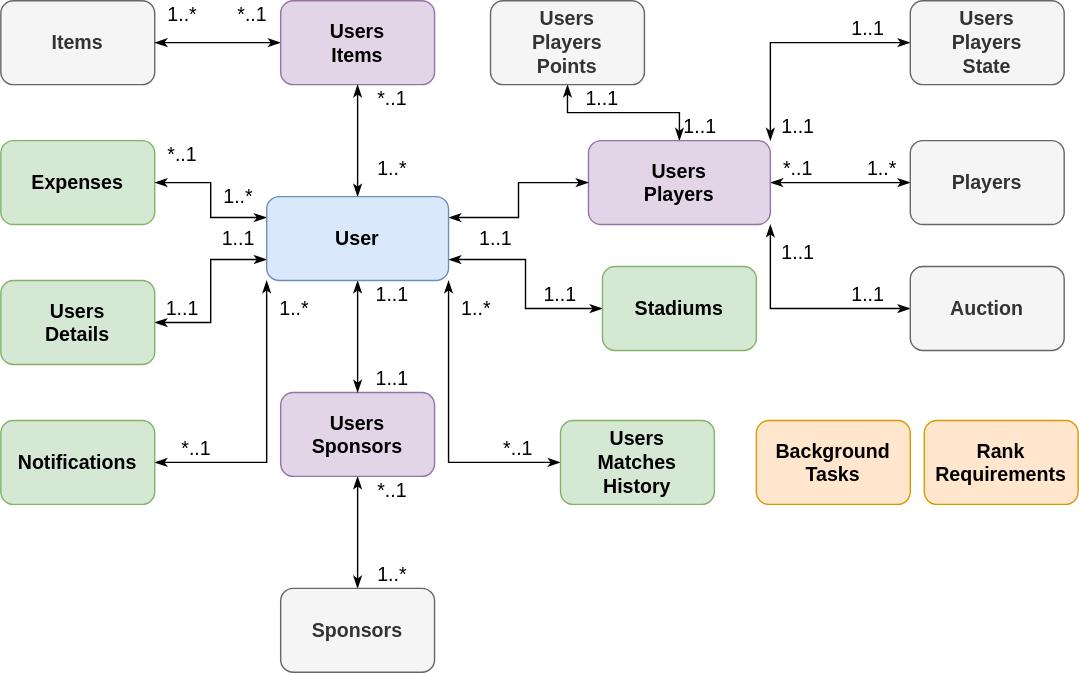
Before: CleanDBDiagram.svg, a diagram exported from draw.io (KrystianGaluszka/PracaDyplomowa). Source tidied: cells renumbered, new cells last; positions are measured from the earlier drawing's top-left corner, leaving out a move shared by most shapes. The source it was exported from:
```xml
<mxGraphModel>
  <root>
    <mxCell id="0" />
    <mxCell id="1" parent="0" />
    <mxCell id="2" value="&lt;font style=&quot;font-size: 14px;&quot;&gt;Items&lt;/font&gt;" style="rounded=1;whiteSpace=wrap;html=1;fillColor=#f5f5f5;fontColor=#333333;strokeColor=#666666;fontSize=14;fontStyle=1;spacing=2;" parent="1" vertex="1">
      <mxGeometry width="110" height="60" as="geometry" />
    </mxCell>
    <mxCell id="3" style="edgeStyle=orthogonalEdgeStyle;rounded=0;jettySize=auto;html=1;fontSize=14;endArrow=classicThin;endFill=1;startArrow=classicThin;startFill=1;exitX=0;exitY=0.5;exitDx=0;exitDy=0;" parent="1" edge="1" source="22" target="2">
      <mxGeometry relative="1" as="geometry" />
    </mxCell>
    <mxCell id="4" value="&lt;font style=&quot;font-size: 14px;&quot;&gt;Expenses&lt;/font&gt;" style="rounded=1;whiteSpace=wrap;html=1;fillColor=#d5e8d4;strokeColor=#82b366;fontSize=14;fontStyle=1;spacing=2;" parent="1" vertex="1">
      <mxGeometry y="100" width="110" height="60" as="geometry" />
    </mxCell>
    <mxCell id="5" style="edgeStyle=orthogonalEdgeStyle;rounded=0;jettySize=auto;html=1;fontSize=14;endArrow=classicThin;endFill=1;startArrow=classicThin;startFill=1;" parent="1" edge="1" source="6" target="28">
      <mxGeometry relative="1" as="geometry" />
    </mxCell>
    <mxCell id="6" value="&lt;font style=&quot;font-size: 14px;&quot;&gt;Users&lt;br style=&quot;font-size: 14px;&quot;&gt;Sponsors&lt;/font&gt;" style="rounded=1;whiteSpace=wrap;html=1;fillColor=#e1d5e7;strokeColor=#9673a6;fontSize=14;fontStyle=1;spacing=2;" parent="1" vertex="1">
      <mxGeometry x="200" y="280" width="110" height="60" as="geometry" />
    </mxCell>
    <mxCell id="7" style="edgeStyle=orthogonalEdgeStyle;rounded=0;jettySize=auto;html=1;entryX=0;entryY=0.75;entryDx=0;entryDy=0;fontSize=14;endArrow=classicThin;endFill=1;startArrow=classicThin;startFill=1;" parent="1" edge="1" source="8" target="27">
      <mxGeometry relative="1" as="geometry" />
    </mxCell>
    <mxCell id="8" value="&lt;font style=&quot;font-size: 14px;&quot;&gt;Users&lt;br style=&quot;font-size: 14px;&quot;&gt;Details&lt;/font&gt;" style="rounded=1;whiteSpace=wrap;html=1;fillColor=#d5e8d4;strokeColor=#82b366;fontSize=14;fontStyle=1;spacing=2;" parent="1" vertex="1">
      <mxGeometry y="200" width="110" height="60" as="geometry" />
    </mxCell>
    <mxCell id="9" style="edgeStyle=orthogonalEdgeStyle;rounded=0;jettySize=auto;html=1;fontSize=14;startArrow=classicThin;startFill=1;endArrow=classicThin;endFill=1;" parent="1" edge="1" source="11" target="14">
      <mxGeometry relative="1" as="geometry" />
    </mxCell>
    <mxCell id="10" style="edgeStyle=orthogonalEdgeStyle;rounded=0;jettySize=auto;html=1;entryX=0;entryY=0.5;entryDx=0;entryDy=0;fontSize=14;endArrow=classicThin;endFill=1;startArrow=classicThin;startFill=1;" parent="1" edge="1" source="11" target="15">
      <mxGeometry relative="1" as="geometry" />
    </mxCell>
    <mxCell id="11" value="&lt;font style=&quot;font-size: 14px;&quot;&gt;Users&lt;br style=&quot;font-size: 14px;&quot;&gt;Players&lt;/font&gt;" style="rounded=1;whiteSpace=wrap;html=1;fillColor=#e1d5e7;strokeColor=#9673a6;fontSize=14;fontStyle=1;spacing=2;" parent="1" vertex="1">
      <mxGeometry x="420" y="100" width="130" height="60" as="geometry" />
    </mxCell>
    <mxCell id="12" style="edgeStyle=orthogonalEdgeStyle;rounded=0;jettySize=auto;html=1;entryX=1;entryY=0;entryDx=0;entryDy=0;fontSize=14;startArrow=classicThin;startFill=1;endArrow=classicThin;endFill=1;" parent="1" edge="1" source="13" target="11">
      <mxGeometry relative="1" as="geometry" />
    </mxCell>
    <mxCell id="13" value="&lt;font style=&quot;font-size: 14px;&quot;&gt;Users&lt;br style=&quot;font-size: 14px;&quot;&gt;Players&lt;br style=&quot;font-size: 14px;&quot;&gt;State&lt;br style=&quot;font-size: 14px;&quot;&gt;&lt;/font&gt;" style="rounded=1;whiteSpace=wrap;html=1;fillColor=#f5f5f5;fontColor=#333333;strokeColor=#666666;fontSize=14;fontStyle=1;spacing=2;" parent="1" vertex="1">
      <mxGeometry x="650" width="110" height="60" as="geometry" />
    </mxCell>
    <mxCell id="14" value="&lt;font style=&quot;font-size: 14px;&quot;&gt;Users&lt;br style=&quot;font-size: 14px;&quot;&gt;Players&lt;br style=&quot;font-size: 14px;&quot;&gt;Points&lt;br style=&quot;font-size: 14px;&quot;&gt;&lt;/font&gt;" style="rounded=1;whiteSpace=wrap;html=1;fillColor=#f5f5f5;fontColor=#333333;strokeColor=#666666;fontSize=14;fontStyle=1;spacing=2;" parent="1" vertex="1">
      <mxGeometry x="350" width="110" height="60" as="geometry" />
    </mxCell>
    <mxCell id="15" value="&lt;font style=&quot;font-size: 14px;&quot;&gt;Players&lt;/font&gt;" style="rounded=1;whiteSpace=wrap;html=1;fillColor=#f5f5f5;fontColor=#333333;strokeColor=#666666;fontSize=14;fontStyle=1;spacing=2;" parent="1" vertex="1">
      <mxGeometry x="650" y="100" width="110" height="60" as="geometry" />
    </mxCell>
    <mxCell id="16" style="edgeStyle=orthogonalEdgeStyle;rounded=0;jettySize=auto;html=1;fontSize=14;startArrow=classicThin;startFill=1;endArrow=classicThin;endFill=1;entryX=1;entryY=1;entryDx=0;entryDy=0;" parent="1" edge="1" source="17" target="11">
      <mxGeometry relative="1" as="geometry" />
    </mxCell>
    <mxCell id="17" value="&lt;span style=&quot;font-size: 14px;&quot;&gt;Auction&lt;/span&gt;" style="rounded=1;whiteSpace=wrap;html=1;fillColor=#f5f5f5;fontColor=#333333;strokeColor=#666666;fontSize=14;fontStyle=1;spacing=2;" parent="1" vertex="1">
      <mxGeometry x="650" y="190" width="110" height="60" as="geometry" />
    </mxCell>
    <mxCell id="18" style="edgeStyle=orthogonalEdgeStyle;rounded=0;jettySize=auto;html=1;entryX=0;entryY=1;entryDx=0;entryDy=0;fontSize=14;endArrow=classicThin;endFill=1;startArrow=classicThin;startFill=1;" parent="1" edge="1" source="19" target="27">
      <mxGeometry relative="1" as="geometry" />
    </mxCell>
    <mxCell id="19" value="&lt;span style=&quot;font-size: 14px;&quot;&gt;Notifications&lt;/span&gt;" style="rounded=1;whiteSpace=wrap;html=1;fillColor=#d5e8d4;strokeColor=#82b366;fontSize=14;fontStyle=1;spacing=2;" parent="1" vertex="1">
      <mxGeometry y="300" width="110" height="60" as="geometry" />
    </mxCell>
    <mxCell id="20" style="edgeStyle=orthogonalEdgeStyle;rounded=0;jettySize=auto;html=1;entryX=1;entryY=0.75;entryDx=0;entryDy=0;fontSize=14;endArrow=classicThin;endFill=1;startArrow=classicThin;startFill=1;" parent="1" edge="1" source="21" target="27">
      <mxGeometry relative="1" as="geometry" />
    </mxCell>
    <mxCell id="21" value="&lt;span style=&quot;font-size: 14px;&quot;&gt;Stadiums&lt;br style=&quot;font-size: 14px;&quot;&gt;&lt;/span&gt;" style="rounded=1;whiteSpace=wrap;html=1;fillColor=#d5e8d4;strokeColor=#82b366;fontSize=14;fontStyle=1;spacing=2;" parent="1" vertex="1">
      <mxGeometry x="430" y="190" width="110" height="60" as="geometry" />
    </mxCell>
    <mxCell id="22" value="&lt;font style=&quot;font-size: 14px&quot;&gt;Users&lt;br&gt;Items&lt;/font&gt;" style="rounded=1;whiteSpace=wrap;html=1;fillColor=#e1d5e7;strokeColor=#9673a6;fontSize=14;fontStyle=1;spacing=2;" parent="1" vertex="1">
      <mxGeometry x="200" width="110" height="60" as="geometry" />
    </mxCell>
    <mxCell id="23" style="edgeStyle=orthogonalEdgeStyle;rounded=0;jettySize=auto;html=1;entryX=1;entryY=0.5;entryDx=0;entryDy=0;fontSize=14;endArrow=classicThin;endFill=1;startArrow=classicThin;startFill=1;exitX=0;exitY=0.25;exitDx=0;exitDy=0;" parent="1" edge="1" source="27" target="4">
      <mxGeometry relative="1" as="geometry" />
    </mxCell>
    <mxCell id="24" style="edgeStyle=orthogonalEdgeStyle;rounded=0;jettySize=auto;html=1;fontSize=14;endArrow=classicThin;endFill=1;startArrow=classicThin;startFill=1;" parent="1" edge="1" source="27" target="22">
      <mxGeometry relative="1" as="geometry" />
    </mxCell>
    <mxCell id="25" style="edgeStyle=orthogonalEdgeStyle;rounded=0;jettySize=auto;html=1;entryX=0;entryY=0.5;entryDx=0;entryDy=0;fontSize=14;endArrow=classicThin;endFill=1;startArrow=classicThin;startFill=1;exitX=1;exitY=0.25;exitDx=0;exitDy=0;" parent="1" edge="1" source="27" target="11">
      <mxGeometry relative="1" as="geometry" />
    </mxCell>
    <mxCell id="26" style="edgeStyle=orthogonalEdgeStyle;rounded=0;jettySize=auto;html=1;fontSize=14;endArrow=classicThin;endFill=1;startArrow=classicThin;startFill=1;" parent="1" edge="1" source="27" target="6">
      <mxGeometry relative="1" as="geometry" />
    </mxCell>
    <mxCell id="27" value="User" style="rounded=1;whiteSpace=wrap;html=1;fillColor=#dae8fc;strokeColor=#6c8ebf;fontSize=14;fontStyle=1;spacing=2;" parent="1" vertex="1">
      <mxGeometry x="190" y="140" width="130" height="60" as="geometry" />
    </mxCell>
    <mxCell id="28" value="Sponsors" style="rounded=1;whiteSpace=wrap;html=1;fillColor=#f5f5f5;fontColor=#333333;strokeColor=#666666;fontSize=14;fontStyle=1;spacing=2;" parent="1" vertex="1">
      <mxGeometry x="200" y="420" width="110" height="60" as="geometry" />
    </mxCell>
    <mxCell id="29" value="Rank&lt;br&gt;Requirements" style="rounded=1;whiteSpace=wrap;html=1;fillColor=#ffe6cc;strokeColor=#d79b00;fontSize=14;fontStyle=1;spacing=2;" parent="1" vertex="1">
      <mxGeometry x="660" y="300" width="110" height="60" as="geometry" />
    </mxCell>
    <mxCell id="30" style="edgeStyle=orthogonalEdgeStyle;rounded=0;jettySize=auto;html=1;fontSize=14;exitX=1;exitY=1;exitDx=0;exitDy=0;entryX=0;entryY=0.5;entryDx=0;entryDy=0;endArrow=classicThin;endFill=1;startArrow=classicThin;startFill=1;" parent="1" edge="1" source="27" target="31">
      <mxGeometry relative="1" as="geometry" />
    </mxCell>
    <mxCell id="31" value="Users&lt;br&gt;Matches&lt;br&gt;History" style="rounded=1;whiteSpace=wrap;html=1;fillColor=#d5e8d4;strokeColor=#82b366;fontSize=14;fontStyle=1;spacing=2;" parent="1" vertex="1">
      <mxGeometry x="400" y="300" width="110" height="60" as="geometry" />
    </mxCell>
    <mxCell id="32" value="Background&lt;br&gt;Tasks" style="rounded=1;whiteSpace=wrap;html=1;fillColor=#ffe6cc;strokeColor=#d79b00;fontSize=14;fontStyle=1;spacing=2;" parent="1" vertex="1">
      <mxGeometry x="540" y="300" width="110" height="60" as="geometry" />
    </mxCell>
    <mxCell id="33" value="1..1" style="text;html=1;strokeColor=none;fillColor=none;align=center;verticalAlign=middle;whiteSpace=wrap;rounded=0;fontSize=14;" parent="1" vertex="1">
      <mxGeometry x="260" y="260" width="40" height="20" as="geometry" />
    </mxCell>
    <mxCell id="34" value="1..1" style="text;html=1;strokeColor=none;fillColor=none;align=center;verticalAlign=middle;whiteSpace=wrap;rounded=0;fontSize=14;" parent="1" vertex="1">
      <mxGeometry x="260" y="200" width="40" height="20" as="geometry" />
    </mxCell>
    <mxCell id="35" value="*..1" style="text;html=1;strokeColor=none;fillColor=none;align=center;verticalAlign=middle;whiteSpace=wrap;rounded=0;fontSize=14;" parent="1" vertex="1">
      <mxGeometry x="260" y="340" width="40" height="20" as="geometry" />
    </mxCell>
    <mxCell id="36" value="1..*" style="text;html=1;strokeColor=none;fillColor=none;align=center;verticalAlign=middle;whiteSpace=wrap;rounded=0;fontSize=14;" parent="1" vertex="1">
      <mxGeometry x="260" y="400" width="40" height="20" as="geometry" />
    </mxCell>
    <mxCell id="37" value="*..1" style="text;html=1;strokeColor=none;fillColor=none;align=center;verticalAlign=middle;whiteSpace=wrap;rounded=0;fontSize=14;" parent="1" vertex="1">
      <mxGeometry x="120" y="310" width="40" height="20" as="geometry" />
    </mxCell>
    <mxCell id="38" value="1..*" style="text;html=1;strokeColor=none;fillColor=none;align=center;verticalAlign=middle;whiteSpace=wrap;rounded=0;fontSize=14;" parent="1" vertex="1">
      <mxGeometry x="190" y="210" width="40" height="20" as="geometry" />
    </mxCell>
    <mxCell id="39" value="1..*" style="text;html=1;strokeColor=none;fillColor=none;align=center;verticalAlign=middle;whiteSpace=wrap;rounded=0;fontSize=14;" parent="1" vertex="1">
      <mxGeometry x="320" y="210" width="40" height="20" as="geometry" />
    </mxCell>
    <mxCell id="40" value="*..1" style="text;html=1;strokeColor=none;fillColor=none;align=center;verticalAlign=middle;whiteSpace=wrap;rounded=0;fontSize=14;" parent="1" vertex="1">
      <mxGeometry x="350" y="310" width="40" height="20" as="geometry" />
    </mxCell>
    <mxCell id="41" value="1..1" style="text;html=1;strokeColor=none;fillColor=none;align=center;verticalAlign=middle;whiteSpace=wrap;rounded=0;fontSize=14;" parent="1" vertex="1">
      <mxGeometry x="380" y="200" width="40" height="20" as="geometry" />
    </mxCell>
    <mxCell id="42" value="1..1" style="text;html=1;strokeColor=none;fillColor=none;align=center;verticalAlign=middle;whiteSpace=wrap;rounded=0;fontSize=14;" parent="1" vertex="1">
      <mxGeometry x="334" y="160" width="40" height="20" as="geometry" />
    </mxCell>
    <mxCell id="43" value="1..1" style="text;html=1;strokeColor=none;fillColor=none;align=center;verticalAlign=middle;whiteSpace=wrap;rounded=0;fontSize=14;" parent="1" vertex="1">
      <mxGeometry x="110" y="210" width="40" height="20" as="geometry" />
    </mxCell>
    <mxCell id="44" value="1..1" style="text;html=1;strokeColor=none;fillColor=none;align=center;verticalAlign=middle;whiteSpace=wrap;rounded=0;fontSize=14;" parent="1" vertex="1">
      <mxGeometry x="150" y="160" width="40" height="20" as="geometry" />
    </mxCell>
    <mxCell id="45" value="*..1" style="text;html=1;strokeColor=none;fillColor=none;align=center;verticalAlign=middle;whiteSpace=wrap;rounded=0;fontSize=14;" parent="1" vertex="1">
      <mxGeometry x="110" y="100" width="40" height="20" as="geometry" />
    </mxCell>
    <mxCell id="46" value="1..*" style="text;html=1;strokeColor=none;fillColor=none;align=center;verticalAlign=middle;whiteSpace=wrap;rounded=0;fontSize=14;" parent="1" vertex="1">
      <mxGeometry x="150" y="130" width="40" height="20" as="geometry" />
    </mxCell>
    <mxCell id="47" value="*..1" style="text;html=1;strokeColor=none;fillColor=none;align=center;verticalAlign=middle;whiteSpace=wrap;rounded=0;fontSize=14;" parent="1" vertex="1">
      <mxGeometry x="260" y="60" width="40" height="20" as="geometry" />
    </mxCell>
    <mxCell id="48" value="1..*" style="text;html=1;strokeColor=none;fillColor=none;align=center;verticalAlign=middle;whiteSpace=wrap;rounded=0;fontSize=14;" parent="1" vertex="1">
      <mxGeometry x="260" y="110" width="40" height="20" as="geometry" />
    </mxCell>
    <mxCell id="49" value="*..1" style="text;html=1;strokeColor=none;fillColor=none;align=center;verticalAlign=middle;whiteSpace=wrap;rounded=0;fontSize=14;" parent="1" vertex="1">
      <mxGeometry x="160" width="40" height="20" as="geometry" />
    </mxCell>
    <mxCell id="50" value="1..*" style="text;html=1;strokeColor=none;fillColor=none;align=center;verticalAlign=middle;whiteSpace=wrap;rounded=0;fontSize=14;" parent="1" vertex="1">
      <mxGeometry x="110" width="40" height="20" as="geometry" />
    </mxCell>
    <mxCell id="51" value="1..1" style="text;html=1;strokeColor=none;fillColor=none;align=center;verticalAlign=middle;whiteSpace=wrap;rounded=0;fontSize=14;" parent="1" vertex="1">
      <mxGeometry x="480" y="80" width="40" height="20" as="geometry" />
    </mxCell>
    <mxCell id="52" value="1..1" style="text;html=1;strokeColor=none;fillColor=none;align=center;verticalAlign=middle;whiteSpace=wrap;rounded=0;fontSize=14;" parent="1" vertex="1">
      <mxGeometry x="410" y="60" width="40" height="20" as="geometry" />
    </mxCell>
    <mxCell id="53" value="1..1" style="text;html=1;strokeColor=none;fillColor=none;align=center;verticalAlign=middle;whiteSpace=wrap;rounded=0;fontSize=14;" parent="1" vertex="1">
      <mxGeometry x="550" y="80" width="40" height="20" as="geometry" />
    </mxCell>
    <mxCell id="54" value="1..1" style="text;html=1;strokeColor=none;fillColor=none;align=center;verticalAlign=middle;whiteSpace=wrap;rounded=0;fontSize=14;" parent="1" vertex="1">
      <mxGeometry x="600" y="10" width="40" height="20" as="geometry" />
    </mxCell>
    <mxCell id="55" value="1..1" style="text;html=1;strokeColor=none;fillColor=none;align=center;verticalAlign=middle;whiteSpace=wrap;rounded=0;fontSize=14;" parent="1" vertex="1">
      <mxGeometry x="550" y="170" width="40" height="20" as="geometry" />
    </mxCell>
    <mxCell id="56" value="1..1" style="text;html=1;strokeColor=none;fillColor=none;align=center;verticalAlign=middle;whiteSpace=wrap;rounded=0;fontSize=14;" parent="1" vertex="1">
      <mxGeometry x="600" y="200" width="40" height="20" as="geometry" />
    </mxCell>
    <mxCell id="57" value="*..1" style="text;html=1;strokeColor=none;fillColor=none;align=center;verticalAlign=middle;whiteSpace=wrap;rounded=0;fontSize=14;" parent="1" vertex="1">
      <mxGeometry x="550" y="110" width="40" height="20" as="geometry" />
    </mxCell>
    <mxCell id="58" value="1..*" style="text;html=1;strokeColor=none;fillColor=none;align=center;verticalAlign=middle;whiteSpace=wrap;rounded=0;fontSize=14;" parent="1" vertex="1">
      <mxGeometry x="610" y="110" width="40" height="20" as="geometry" />
    </mxCell>
  </root>
</mxGraphModel>
```
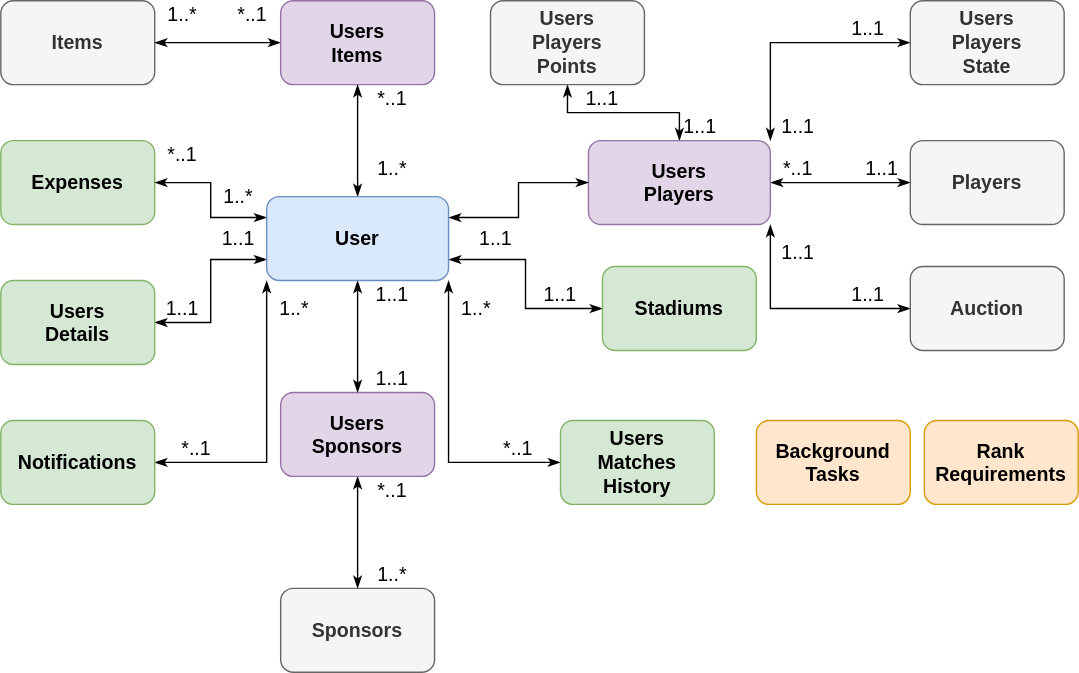
The same file after the commit.

The edit, as a diff of the source:
```diff
@@ -170,7 +170,7 @@
     <mxCell id="57" value="*..1" style="text;html=1;strokeColor=none;fillColor=none;align=center;verticalAlign=middle;whiteSpace=wrap;rounded=0;fontSize=14;" parent="1" vertex="1">
       <mxGeometry x="550" y="110" width="40" height="20" as="geometry" />
     </mxCell>
-    <mxCell id="58" value="1..*" style="text;html=1;strokeColor=none;fillColor=none;align=center;verticalAlign=middle;whiteSpace=wrap;rounded=0;fontSize=14;" parent="1" vertex="1">
+    <mxCell id="58" value="1..1" style="text;html=1;strokeColor=none;fillColor=none;align=center;verticalAlign=middle;whiteSpace=wrap;rounded=0;fontSize=14;" parent="1" vertex="1">
       <mxGeometry x="610" y="110" width="40" height="20" as="geometry" />
     </mxCell>
   </root>
```
